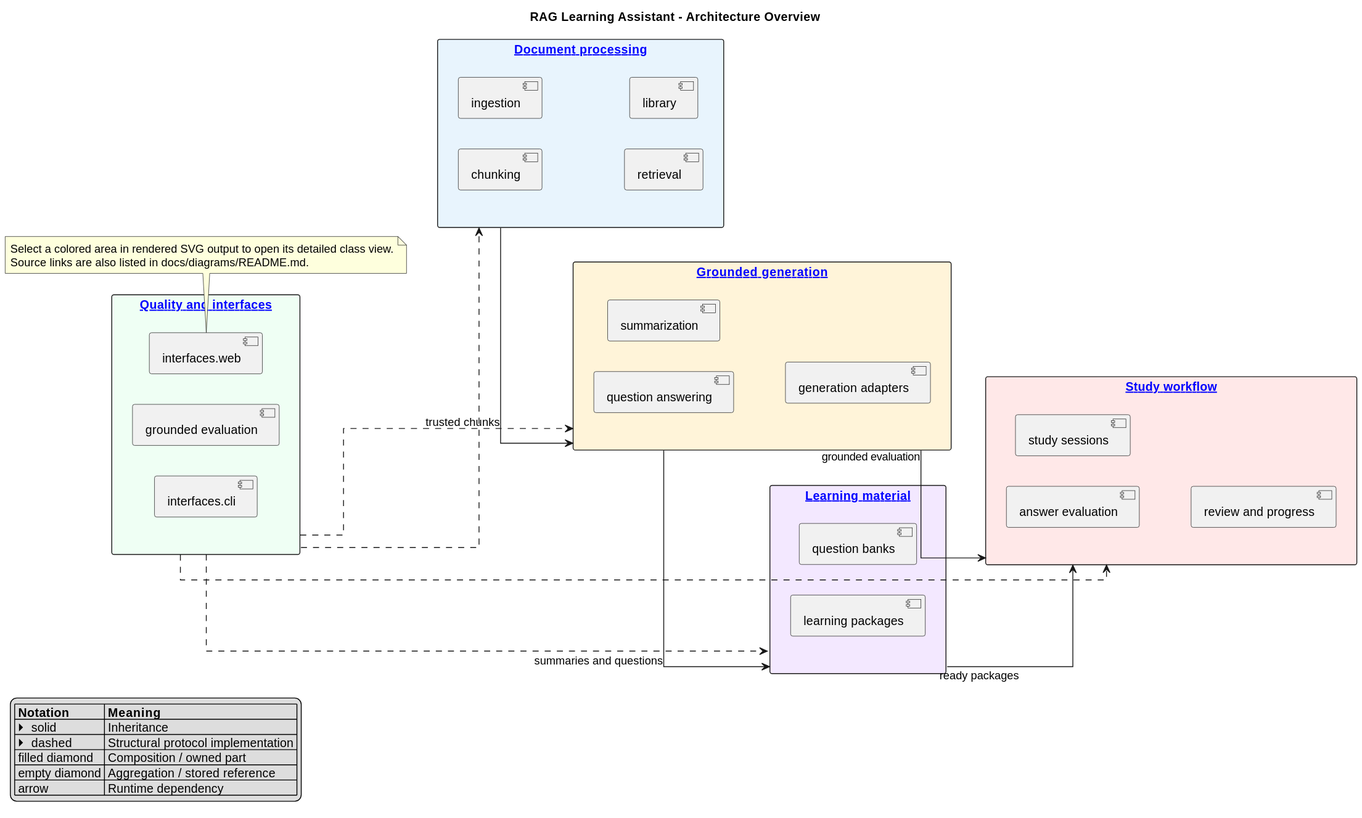
The PlantUML diagram docs/class-overview.svg in ebe542/rag-learning-assistant, before a commit.
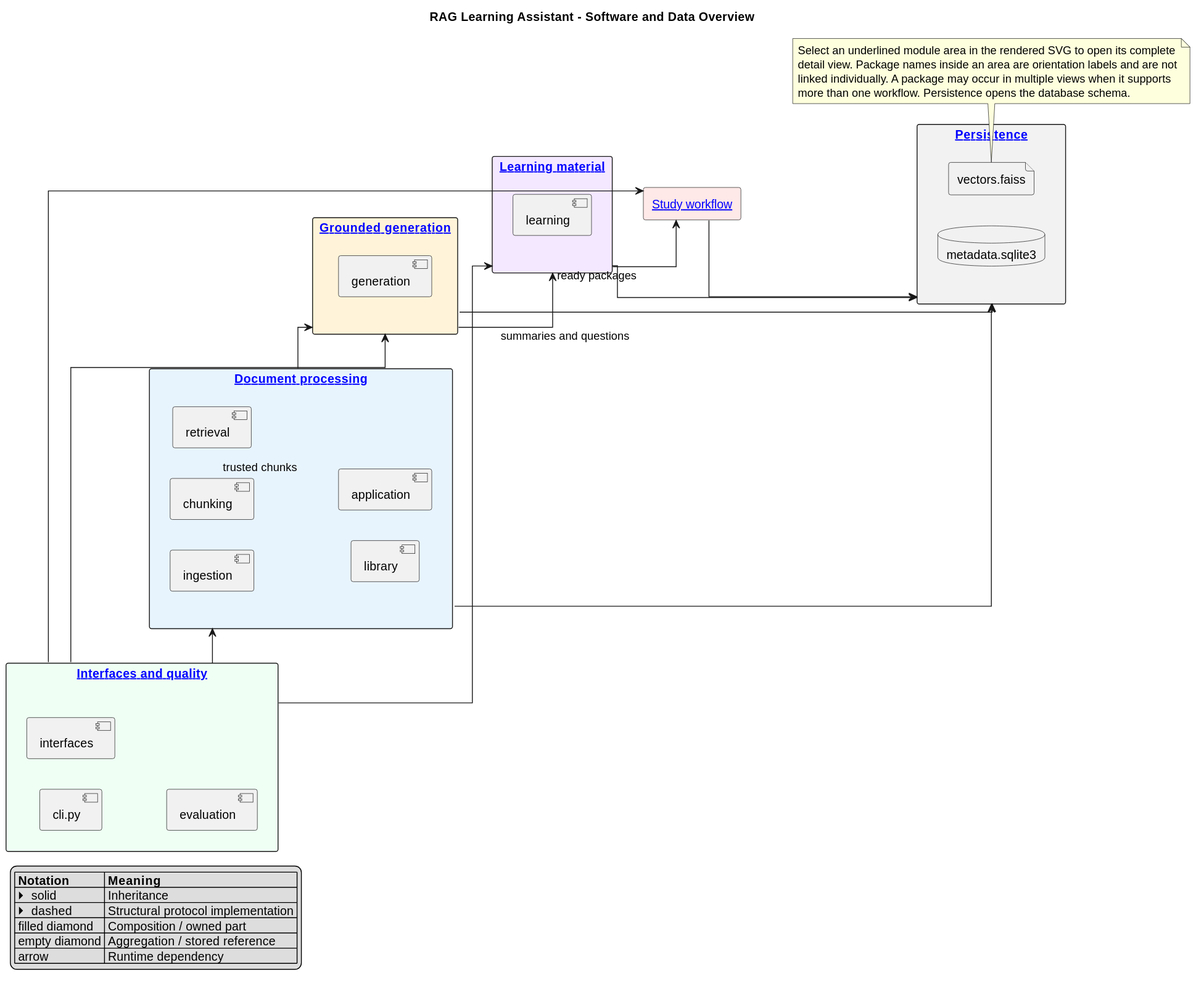
The same diagram one commit later.

Commit message:
docs: add navigable data architecture overview

Diff of the diagram source:
```diff
@@ -1,45 +1,60 @@
 @startuml
-title RAG Learning Assistant - Architecture Overview
+title RAG Learning Assistant - Software and Data Overview
 !include diagrams/_theme.puml
 left to right direction
+
+package "[[diagrams/evaluation-interfaces.svg Interfaces and quality]]" as Interfaces #EFFFF4 {
+  [cli.py]
+  [interfaces]
+  [evaluation]
+}
 
 package "[[diagrams/ingestion-retrieval-library.svg Document processing]]" as Documents #E8F4FD {
   [ingestion]
   [chunking]
   [retrieval]
   [library]
-}
-package "[[diagrams/generation-summaries.svg Grounded generation]]" as Generation #FFF4D9 {
-  [question answering]
-  [summarization]
-  [generation adapters]
-}
-package "[[diagrams/question-banks-packages.svg Learning material]]" as Material #F3E8FF {
-  [question banks]
-  [learning packages]
-}
-package "[[diagrams/study-progress.svg Study workflow]]" as Study #FFE8E8 {
-  [answer evaluation]
-  [study sessions]
-  [review and progress]
-}
-package "[[diagrams/evaluation-interfaces.svg Quality and interfaces]]" as Interfaces #EFFFF4 {
-  [grounded evaluation]
-  [interfaces.cli]
-  [interfaces.web]
+  [application]
 }
 
+package "[[diagrams/generation-summaries.svg Grounded generation]]" as Generation #FFF4D9 {
+  [generation]
+  [application]
+}
+
+package "[[diagrams/question-banks-packages.svg Learning material]]" as Material #F3E8FF {
+  [generation]
+  [learning]
+  [application]
+}
+
+package "[[diagrams/study-progress.svg Study workflow]]" as Study #FFE8E8 {
+  [generation]
+  [learning]
+  [application]
+}
+
+package "[[database-overview.svg Persistence]]" as Persistence #F2F2F2 {
+  database "metadata.sqlite3" as SQLite
+  file "vectors.faiss" as Faiss
+}
+
+Interfaces --> Documents
+Interfaces --> Generation
+Interfaces --> Material
+Interfaces --> Study
 Documents --> Generation : trusted chunks
 Generation --> Material : summaries and questions
 Material --> Study : ready packages
-Generation --> Study : grounded evaluation
-Interfaces ..> Documents
-Interfaces ..> Generation
-Interfaces ..> Material
-Interfaces ..> Study
+Documents --> Persistence
+Generation --> Persistence
+Material --> Persistence
+Study --> Persistence
 
 note bottom
-  Select a colored area in rendered SVG output to open its detailed class view.
-  Source links are also listed in docs/diagrams/README.md.
+  Select an underlined module area in the rendered SVG to open its complete
+  detail view. Package names inside an area are orientation labels and are not
+  linked individually. A package may occur in multiple views when it supports
+  more than one workflow. Persistence opens the database schema.
 end note
 @enduml
```
